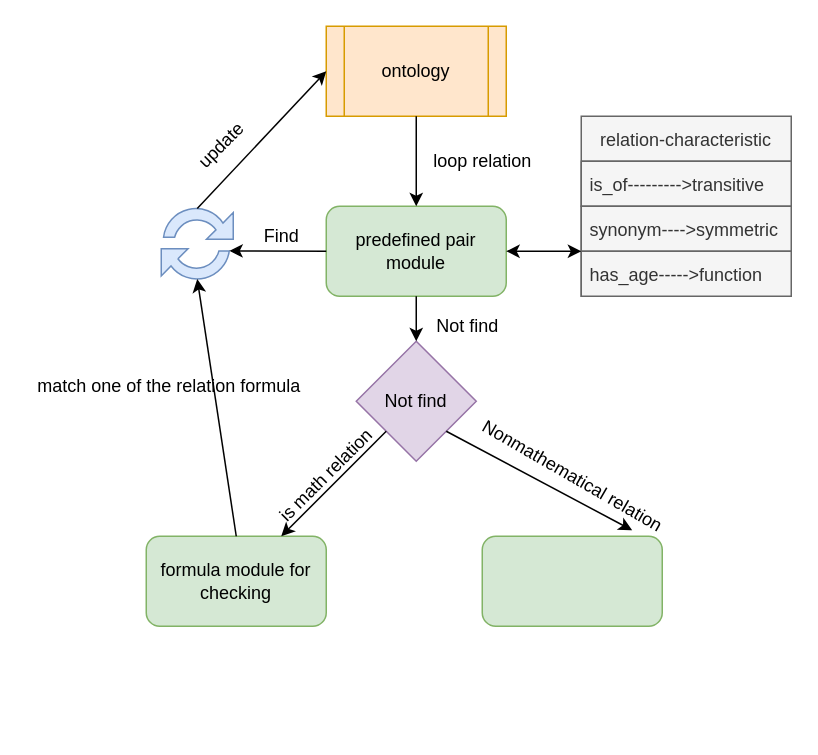
Above: extractor_details.drawio in ganisback/draw.io (draw.io), before the change. Source tidied: cells renumbered, new cells numbered last; positions are measured from the earlier drawing's top-left corner, leaving out a move shared by most shapes. Both pictures are drawn from the tidied source at 150%, with x=0, y=0 at pixel (26, 26).
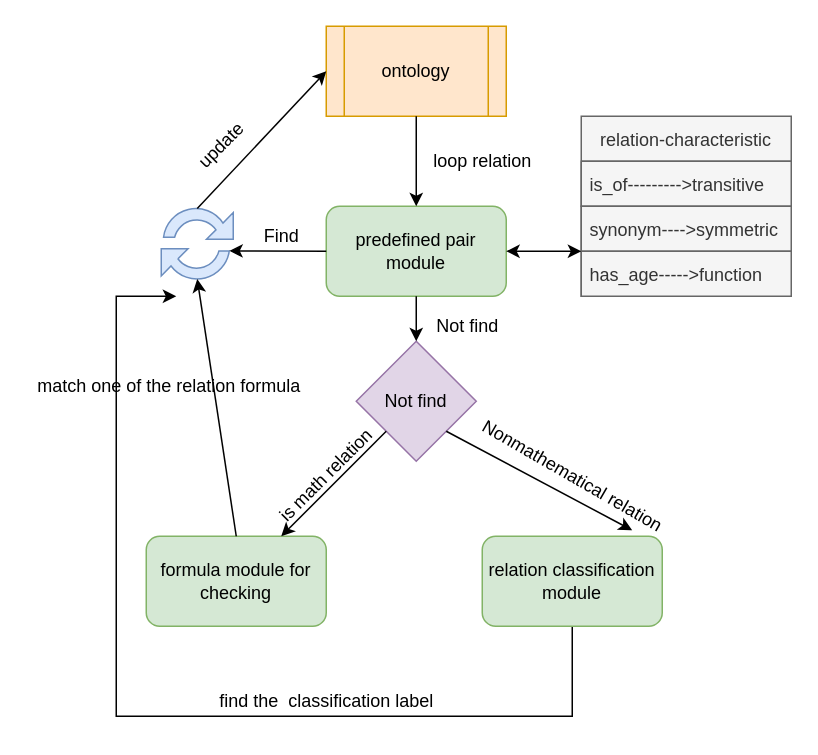
After the change.

Diff of the diagram source:
```diff
@@
+    <mxCell id="27" style="edgeStyle=orthogonalEdgeStyle;rounded=0;jettySize=auto;html=1;" parent="1" edge="1" source="14">
+      <mxGeometry relative="1" as="geometry">
+        <mxPoint x="100" y="180" as="targetPoint" />
+        <Array as="points">
+          <mxPoint x="364" y="460" />
+          <mxPoint x="60" y="460" />
+          <mxPoint x="60" y="180" />
+        </Array>
+      </mxGeometry>
+    </mxCell>
-    <mxCell id="14" style="rounded=1;whiteSpace=wrap;html=1;fillColor=#d5e8d4;strokeColor=#82b366;" parent="1" vertex="1">
+    <mxCell id="14" value="relation classification module" style="rounded=1;whiteSpace=wrap;html=1;fillColor=#d5e8d4;strokeColor=#82b366;" parent="1" vertex="1">
       <mxGeometry x="304" y="340" width="120" height="60" as="geometry" />
     </mxCell>
@@
+    <mxCell id="28" value="find the&amp;nbsp; classification label" style="text;html=1;align=center;verticalAlign=middle;strokeColor=none;fillColor=none;" parent="1" vertex="1">
+      <mxGeometry x="120" y="440" width="160" height="20" as="geometry" />
+    </mxCell>
```
